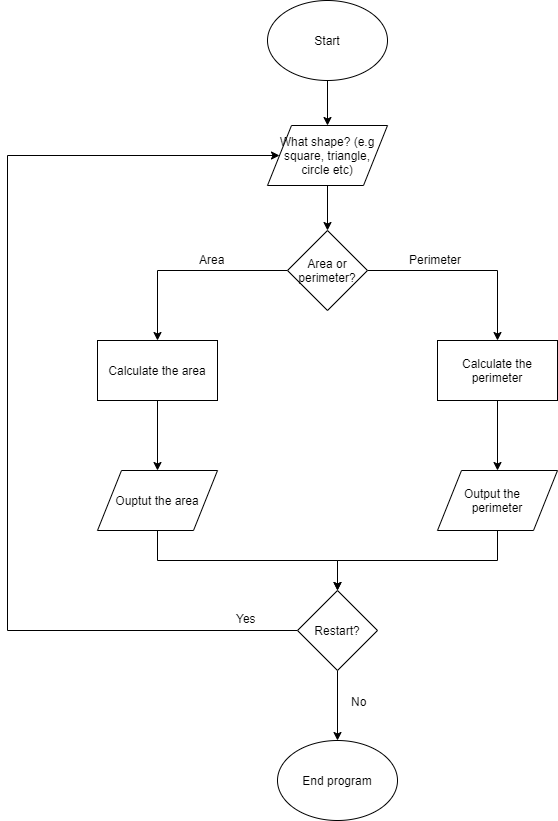
s332652833/Modular-Inheritance keeps this draw.io diagram as Flowchart- Area/perimeter of 2D shapes.png. Above is the earlier version. Source tidied: cells renumbered, new cells last; positions are measured from the earlier drawing's top-left corner, leaving out a move shared by most shapes.
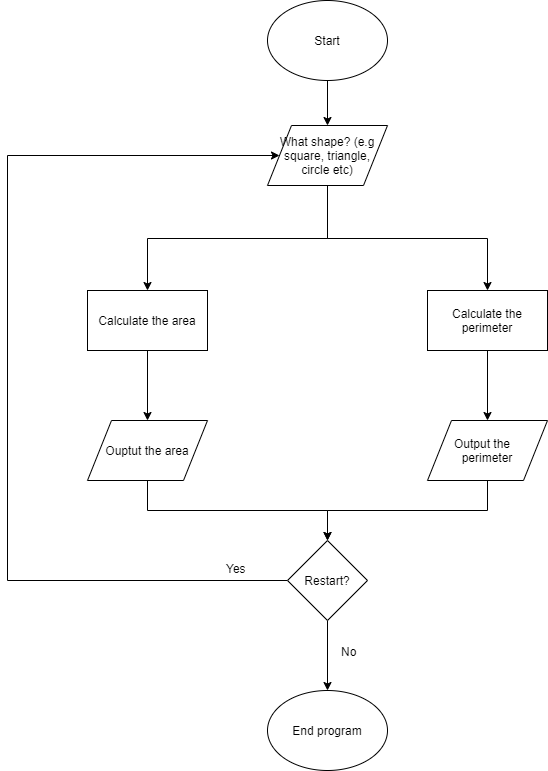
Above is the later version.

Commit message:
Added Flowchart- Area/perimeter of 2D shapes.png

The edit, as a diff of the source:
```diff
@@ -6,13 +6,16 @@
       <mxGeometry relative="1" as="geometry" />
     </mxCell>
     <mxCell id="3" value="Start" style="ellipse;whiteSpace=wrap;html=1;" parent="1" vertex="1">
-      <mxGeometry x="260" width="120" height="80" as="geometry" />
+      <mxGeometry x="270" y="50" width="120" height="80" as="geometry" />
     </mxCell>
-    <mxCell id="4" style="edgeStyle=orthogonalEdgeStyle;rounded=0;jettySize=auto;html=1;exitX=0.5;exitY=1;exitDx=0;exitDy=0;entryX=0.5;entryY=0;entryDx=0;entryDy=0;" parent="1" edge="1" source="5" target="16">
+    <mxCell id="4" style="edgeStyle=orthogonalEdgeStyle;rounded=0;jettySize=auto;html=1;exitX=0.5;exitY=1;exitDx=0;exitDy=0;" parent="1" edge="1" source="5" target="9">
       <mxGeometry relative="1" as="geometry" />
     </mxCell>
+    <mxCell id="25" style="edgeStyle=orthogonalEdgeStyle;rounded=0;jettySize=auto;html=1;exitX=0.5;exitY=1;exitDx=0;exitDy=0;" parent="1" edge="1" source="5" target="7">
+      <mxGeometry relative="1" as="geometry" />
+    </mxCell>
     <mxCell id="5" value="What shape? (e.g square, triangle, circle etc)" style="shape=parallelogram;perimeter=parallelogramPerimeter;whiteSpace=wrap;html=1;" parent="1" vertex="1">
-      <mxGeometry x="260" y="125" width="120" height="60" as="geometry" />
+      <mxGeometry x="270" y="175" width="120" height="60" as="geometry" />
     </mxCell>
     <mxCell id="6" style="edgeStyle=orthogonalEdgeStyle;rounded=0;jettySize=auto;html=1;exitX=0.5;exitY=1;exitDx=0;exitDy=0;entryX=0.5;entryY=0;entryDx=0;entryDy=0;" parent="1" edge="1" source="7" target="11">
       <mxGeometry relative="1" as="geometry" />
@@ -38,23 +41,14 @@
     <mxCell id="13" value="Output the&amp;nbsp; &amp;nbsp; perimeter" style="shape=parallelogram;perimeter=parallelogramPerimeter;whiteSpace=wrap;html=1;" parent="1" vertex="1">
       <mxGeometry x="430" y="470" width="120" height="60" as="geometry" />
     </mxCell>
-    <mxCell id="14" style="edgeStyle=orthogonalEdgeStyle;rounded=0;jettySize=auto;html=1;exitX=1;exitY=0.5;exitDx=0;exitDy=0;entryX=0.5;entryY=0;entryDx=0;entryDy=0;" parent="1" edge="1" source="16" target="9">
-      <mxGeometry relative="1" as="geometry" />
-    </mxCell>
-    <mxCell id="15" style="edgeStyle=orthogonalEdgeStyle;rounded=0;jettySize=auto;html=1;exitX=0;exitY=0.5;exitDx=0;exitDy=0;entryX=0.5;entryY=0;entryDx=0;entryDy=0;" parent="1" edge="1" source="16" target="7">
-      <mxGeometry relative="1" as="geometry" />
-    </mxCell>
-    <mxCell id="16" value="Area or perimeter?" style="rhombus;whiteSpace=wrap;html=1;" parent="1" vertex="1">
-      <mxGeometry x="280" y="230" width="80" height="80" as="geometry" />
-    </mxCell>
     <mxCell id="17" style="edgeStyle=orthogonalEdgeStyle;rounded=0;jettySize=auto;html=1;exitX=0.5;exitY=1;exitDx=0;exitDy=0;" parent="1" edge="1" source="19" target="20">
       <mxGeometry relative="1" as="geometry" />
     </mxCell>
     <mxCell id="18" style="edgeStyle=orthogonalEdgeStyle;rounded=0;jettySize=auto;html=1;exitX=0;exitY=0.5;exitDx=0;exitDy=0;entryX=0;entryY=0.5;entryDx=0;entryDy=0;" parent="1" edge="1" source="19" target="5">
       <mxGeometry relative="1" as="geometry">
         <Array as="points">
-          <mxPoint y="630" />
-          <mxPoint y="155" />
+          <mxPoint x="10" y="630" />
+          <mxPoint x="10" y="205" />
         </Array>
       </mxGeometry>
     </mxCell>
@@ -70,11 +64,5 @@
     <mxCell id="22" value="No" style="text;html=1;align=left;verticalAlign=top;spacingTop=-4;" parent="1" vertex="1">
       <mxGeometry x="342" y="692" width="30" height="20" as="geometry" />
     </mxCell>
-    <mxCell id="23" value="Area" style="text;html=1;align=left;verticalAlign=top;spacingTop=-4;" parent="1" vertex="1">
-      <mxGeometry x="190" y="250" width="40" height="20" as="geometry" />
-    </mxCell>
-    <mxCell id="24" value="Perimeter" style="text;html=1;align=left;verticalAlign=top;spacingTop=-4;" parent="1" vertex="1">
-      <mxGeometry x="400" y="250" width="70" height="20" as="geometry" />
-    </mxCell>
   </root>
 </mxGraphModel>
```
